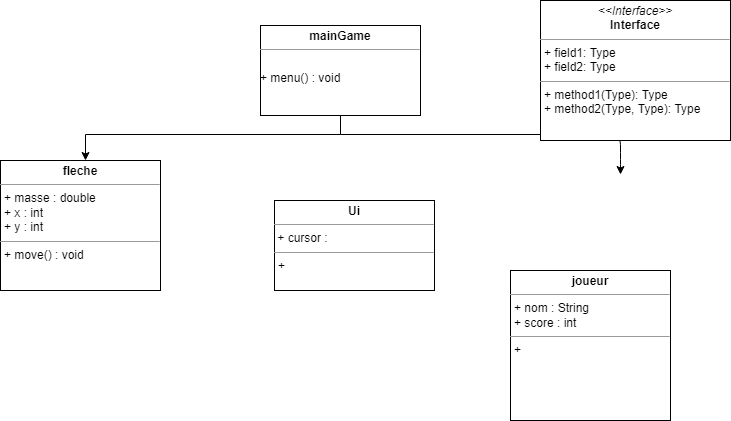
Earlier version of the draw.io export UMLDiagram.png (vbard1/mini-projet-2). Source tidied: cells renumbered, new cells last; positions are measured from the earlier drawing's top-left corner, leaving out a move shared by most shapes.
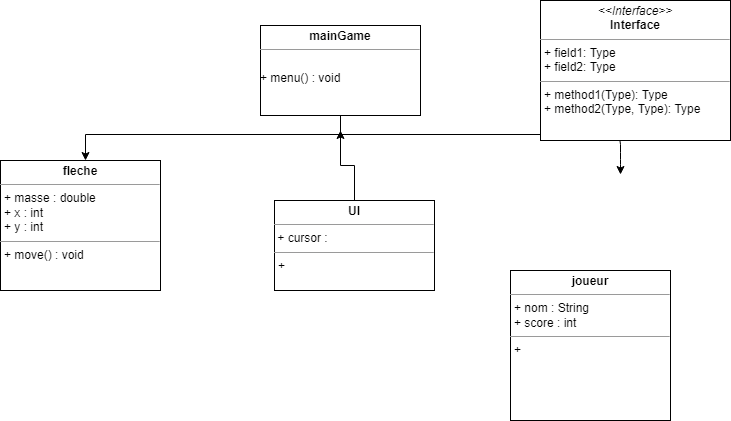
Later version of the same file.

Change to the diagram source:
```diff
@@ -36,7 +36,12 @@
     <mxCell id="7" value="&lt;p style=&quot;margin: 0px ; margin-top: 4px ; text-align: center&quot;&gt;&lt;b&gt;fleche&lt;/b&gt;&lt;br&gt;&lt;/p&gt;&lt;hr size=&quot;1&quot;&gt;&lt;p style=&quot;margin: 0px ; margin-left: 4px&quot;&gt;+ masse : double&lt;/p&gt;&lt;p style=&quot;margin: 0px ; margin-left: 4px&quot;&gt;+ x : int&lt;/p&gt;&lt;p style=&quot;margin: 0px ; margin-left: 4px&quot;&gt;+ y : int&lt;br&gt;&lt;/p&gt;&lt;hr size=&quot;1&quot;&gt;&lt;p style=&quot;margin: 0px ; margin-left: 4px&quot;&gt;+ move() : void&lt;br&gt;&lt;/p&gt;" style="verticalAlign=top;align=left;overflow=fill;fontSize=12;fontFamily=Helvetica;html=1;" parent="1" vertex="1">
       <mxGeometry y="160" width="160" height="130" as="geometry" />
     </mxCell>
+    <mxCell id="11" style="edgeStyle=orthogonalEdgeStyle;rounded=0;jettySize=auto;html=1;exitX=0.5;exitY=0;exitDx=0;exitDy=0;" parent="1" edge="1" source="8">
+      <mxGeometry relative="1" as="geometry">
+        <mxPoint x="340" y="130" as="targetPoint" />
+      </mxGeometry>
+    </mxCell>
-    <mxCell id="8" value="&lt;p style=&quot;margin: 0px ; margin-top: 4px ; text-align: center&quot;&gt;&lt;b&gt;Ui&lt;/b&gt;&lt;br&gt;&lt;/p&gt;&lt;hr size=&quot;1&quot;&gt;&amp;nbsp;+ cursor : &lt;br&gt;&lt;hr size=&quot;1&quot;&gt;&lt;p style=&quot;margin: 0px ; margin-left: 4px&quot;&gt;+&lt;/p&gt;" style="verticalAlign=top;align=left;overflow=fill;fontSize=12;fontFamily=Helvetica;html=1;" parent="1" vertex="1">
+    <mxCell id="8" value="&lt;p style=&quot;margin: 0px ; margin-top: 4px ; text-align: center&quot;&gt;&lt;b&gt;UI&lt;/b&gt;&lt;br&gt;&lt;/p&gt;&lt;hr size=&quot;1&quot;&gt;&amp;nbsp;+ cursor : &lt;br&gt;&lt;hr size=&quot;1&quot;&gt;&lt;p style=&quot;margin: 0px ; margin-left: 4px&quot;&gt;+&lt;/p&gt;" style="verticalAlign=top;align=left;overflow=fill;fontSize=12;fontFamily=Helvetica;html=1;" parent="1" vertex="1">
       <mxGeometry x="274" y="200" width="160" height="90" as="geometry" />
     </mxCell>
     <mxCell id="9" value="&lt;p style=&quot;margin: 0px ; margin-top: 4px ; text-align: center&quot;&gt;&lt;b&gt;joueur&lt;/b&gt;&lt;br&gt;&lt;/p&gt;&lt;hr size=&quot;1&quot;&gt;&lt;p style=&quot;margin: 0px ; margin-left: 4px&quot;&gt;+ nom : String&lt;/p&gt;&lt;p style=&quot;margin: 0px ; margin-left: 4px&quot;&gt;+ score : int&lt;/p&gt;&lt;hr size=&quot;1&quot;&gt;&lt;p style=&quot;margin: 0px ; margin-left: 4px&quot;&gt;+&lt;br&gt;&lt;/p&gt;" style="verticalAlign=top;align=left;overflow=fill;fontSize=12;fontFamily=Helvetica;html=1;" parent="1" vertex="1">
```
